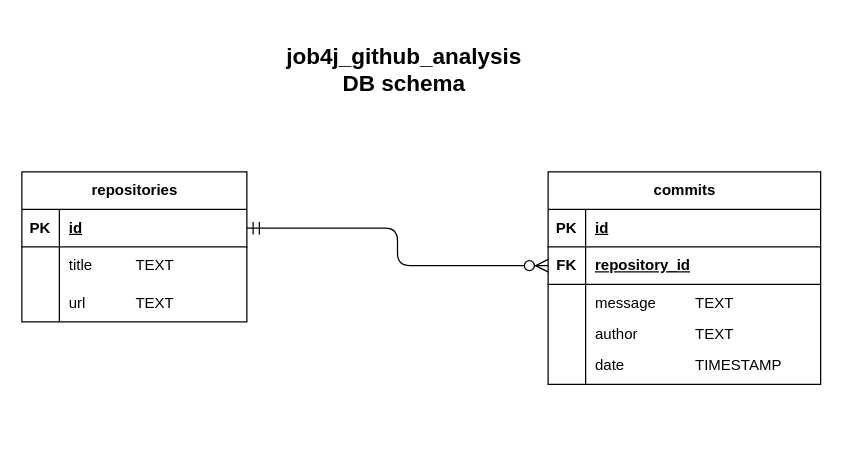
Before: src/main/resources/db/github_analysis diagram.drawio in MikhailChrn/job4j_github_analysis, a draw.io diagram. Source tidied: cells renumbered, new cells numbered last; positions are measured from the earlier drawing's top-left corner, leaving out a move shared by most shapes. Both pictures are drawn from the tidied source at 125%, with x=0, y=0 at pixel (21, 21).
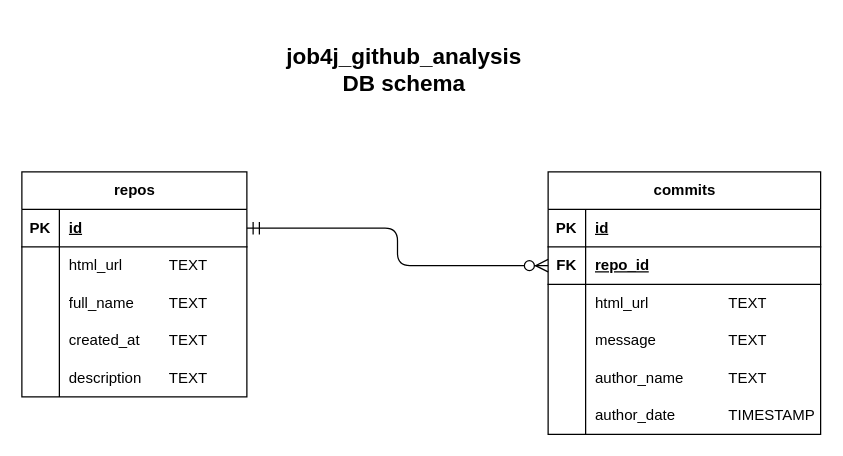
After the change.

Unchanged cells that the change refers to:
```xml
<mxCell id="7" style="shape=tableRow;horizontal=0;startSize=0;swimlaneHead=0;swimlaneBody=0;fillColor=none;top=0;left=0;right=0;bottom=0;" parent="3" vertex="1">
  <mxGeometry y="60" width="180" height="30" as="geometry" />
</mxCell>
<mxCell id="10" style="shape=tableRow;horizontal=0;startSize=0;swimlaneHead=0;swimlaneBody=0;fillColor=none;top=0;left=0;right=0;bottom=0;" parent="3" vertex="1">
  <mxGeometry y="90" width="180" height="30" as="geometry" />
</mxCell>
<mxCell id="17" style="shape=tableRow;horizontal=0;startSize=0;swimlaneHead=0;swimlaneBody=0;fillColor=none;points=[[0,0.5],[1,0.5]];portConstraint=eastwest;top=0;left=0;right=0;bottom=1;" parent="13" vertex="1">
  <mxGeometry y="60" width="218" height="30" as="geometry" />
</mxCell>
<mxCell id="20" style="shape=tableRow;horizontal=0;startSize=0;swimlaneHead=0;swimlaneBody=0;fillColor=none;top=0;left=0;right=0;bottom=0;" parent="13" vertex="1">
  <mxGeometry y="90" width="218" height="30" as="geometry" />
</mxCell>
```

Diff of the diagram source:
```diff
@@
-    <mxCell id="3" value="repositories" style="shape=table;startSize=30;childLayout=tableLayout;rowLines=0;fontStyle=1;align=center;html=1;" parent="1" vertex="1">
-      <mxGeometry y="120" width="180" height="120" as="geometry" />
+    <mxCell id="3" value="repos" style="shape=table;startSize=30;childLayout=tableLayout;rowLines=0;fontStyle=1;align=center;html=1;" parent="1" vertex="1">
+      <mxGeometry y="120" width="180" height="180" as="geometry" />
     </mxCell>
@@
-    <mxCell id="9" value="title&lt;span style=&quot;white-space: pre;&quot;&gt;&#9;&lt;/span&gt;&lt;span style=&quot;white-space: pre;&quot;&gt;&#9;&lt;/span&gt;TEXT" style="shape=partialRectangle;fillColor=none;top=0;left=0;bottom=0;right=0;align=left;spacingLeft=6;overflow=hidden;whiteSpace=wrap;html=1;" parent="7" vertex="1">
+    <mxCell id="9" value="html_url&lt;span style=&quot;white-space: pre;&quot;&gt;&#9;&lt;span style=&quot;white-space: pre;&quot;&gt;&#9;&lt;/span&gt;&lt;/span&gt;TEXT" style="shape=partialRectangle;fillColor=none;top=0;left=0;bottom=0;right=0;align=left;spacingLeft=6;overflow=hidden;whiteSpace=wrap;html=1;" parent="7" vertex="1">
       <mxGeometry x="30" width="150" height="30" as="geometry" />
     </mxCell>
@@
-    <mxCell id="11" style="shape=partialRectangle;fillColor=none;top=0;left=0;bottom=0;right=0;overflow=hidden;whiteSpace=wrap;html=1;" parent="10" vertex="1">
-      <mxGeometry width="30" height="30" as="geometry" />
-    </mxCell>
-    <mxCell id="12" value="url&lt;span style=&quot;white-space: pre;&quot;&gt;&#9;&lt;/span&gt;&lt;span style=&quot;white-space: pre;&quot;&gt;&#9;&lt;/span&gt;TEXT" style="shape=partialRectangle;fillColor=none;top=0;left=0;bottom=0;right=0;align=left;spacingLeft=6;overflow=hidden;whiteSpace=wrap;html=1;" parent="10" vertex="1">
-      <mxGeometry x="30" width="150" height="30" as="geometry" />
-    </mxCell>
+    <mxCell id="30" style="shape=partialRectangle;fillColor=none;top=0;left=0;bottom=0;right=0;overflow=hidden;whiteSpace=wrap;html=1;" parent="10" vertex="1">
+      <mxGeometry width="30" height="30" as="geometry" />
+    </mxCell>
+    <mxCell id="31" value="full_name&lt;span style=&quot;white-space: pre;&quot;&gt;&#9;&lt;/span&gt;TEXT" style="shape=partialRectangle;fillColor=none;top=0;left=0;bottom=0;right=0;align=left;spacingLeft=6;overflow=hidden;whiteSpace=wrap;html=1;" parent="10" vertex="1">
+      <mxGeometry x="30" width="150" height="30" as="geometry" />
+    </mxCell>
+    <mxCell id="32" style="shape=tableRow;horizontal=0;startSize=0;swimlaneHead=0;swimlaneBody=0;fillColor=none;top=0;left=0;right=0;bottom=0;" parent="3" vertex="1">
+      <mxGeometry y="120" width="180" height="30" as="geometry" />
+    </mxCell>
+    <mxCell id="33" style="shape=partialRectangle;fillColor=none;top=0;left=0;bottom=0;right=0;overflow=hidden;whiteSpace=wrap;html=1;" parent="32" vertex="1">
+      <mxGeometry width="30" height="30" as="geometry" />
+    </mxCell>
+    <mxCell id="34" value="created_at&amp;nbsp;&lt;span style=&quot;white-space: pre;&quot;&gt;&#9;&lt;/span&gt;TEXT" style="shape=partialRectangle;fillColor=none;top=0;left=0;bottom=0;right=0;align=left;spacingLeft=6;overflow=hidden;whiteSpace=wrap;html=1;" parent="32" vertex="1">
+      <mxGeometry x="30" width="150" height="30" as="geometry" />
+    </mxCell>
+    <mxCell id="35" style="shape=tableRow;horizontal=0;startSize=0;swimlaneHead=0;swimlaneBody=0;fillColor=none;top=0;left=0;right=0;bottom=0;" parent="3" vertex="1">
+      <mxGeometry y="150" width="180" height="30" as="geometry" />
+    </mxCell>
+    <mxCell id="36" style="shape=partialRectangle;fillColor=none;top=0;left=0;bottom=0;right=0;overflow=hidden;whiteSpace=wrap;html=1;" parent="35" vertex="1">
+      <mxGeometry width="30" height="30" as="geometry" />
+    </mxCell>
+    <mxCell id="37" value="description&amp;nbsp;&lt;span style=&quot;white-space: pre;&quot;&gt;&#9;&lt;/span&gt;TEXT" style="shape=partialRectangle;fillColor=none;top=0;left=0;bottom=0;right=0;align=left;spacingLeft=6;overflow=hidden;whiteSpace=wrap;html=1;" parent="35" vertex="1">
+      <mxGeometry x="30" width="150" height="30" as="geometry" />
+    </mxCell>
     <mxCell id="13" value="commits" style="shape=table;startSize=30;childLayout=tableLayout;rowLines=0;fontStyle=1;align=center;html=1;" parent="1" vertex="1">
-      <mxGeometry x="421" y="120" width="218" height="170" as="geometry" />
+      <mxGeometry x="421" y="120" width="218" height="210" as="geometry" />
     </mxCell>
@@
-    <mxCell id="19" value="repository_id" style="shape=partialRectangle;fillColor=none;top=0;left=0;bottom=0;right=0;align=left;spacingLeft=6;fontStyle=5;overflow=hidden;whiteSpace=wrap;html=1;" parent="17" vertex="1">
+    <mxCell id="19" value="repo_id" style="shape=partialRectangle;fillColor=none;top=0;left=0;bottom=0;right=0;align=left;spacingLeft=6;fontStyle=5;overflow=hidden;whiteSpace=wrap;html=1;" parent="17" vertex="1">
       <mxGeometry x="30" width="188" height="30" as="geometry" />
     </mxCell>
@@
-    <mxCell id="22" value="message&lt;span style=&quot;white-space: pre;&quot;&gt;&#9;&lt;/span&gt;&lt;span style=&quot;white-space: pre;&quot;&gt;&#9;&lt;/span&gt;TEXT" style="shape=partialRectangle;fillColor=none;top=0;left=0;bottom=0;right=0;align=left;spacingLeft=6;overflow=hidden;whiteSpace=wrap;html=1;" parent="20" vertex="1">
+    <mxCell id="22" value="html_url&lt;span style=&quot;white-space: pre;&quot;&gt;&#9;&lt;span style=&quot;white-space: pre;&quot;&gt;&#9;&lt;/span&gt;&lt;/span&gt;&lt;span style=&quot;white-space: pre;&quot;&gt;&#9;&lt;/span&gt;TEXT" style="shape=partialRectangle;fillColor=none;top=0;left=0;bottom=0;right=0;align=left;spacingLeft=6;overflow=hidden;whiteSpace=wrap;html=1;" parent="20" vertex="1">
       <mxGeometry x="30" width="188" height="30" as="geometry" />
     </mxCell>
-    <mxCell id="23" style="shape=tableRow;horizontal=0;startSize=0;swimlaneHead=0;swimlaneBody=0;fillColor=none;top=0;left=0;right=0;bottom=0;" parent="13" vertex="1">
-      <mxGeometry y="120" width="218" height="20" as="geometry" />
-    </mxCell>
-    <mxCell id="24" style="shape=partialRectangle;fillColor=none;top=0;left=0;bottom=0;right=0;overflow=hidden;whiteSpace=wrap;html=1;" parent="23" vertex="1">
-      <mxGeometry width="30" height="20" as="geometry" />
-    </mxCell>
-    <mxCell id="25" value="author&lt;span style=&quot;white-space: pre;&quot;&gt;&#9;&lt;/span&gt;&lt;span style=&quot;white-space: pre;&quot;&gt;&#9;&lt;/span&gt;TEXT" style="shape=partialRectangle;fillColor=none;top=0;left=0;bottom=0;right=0;align=left;spacingLeft=6;overflow=hidden;whiteSpace=wrap;html=1;" parent="23" vertex="1">
-      <mxGeometry x="30" width="188" height="20" as="geometry" />
-    </mxCell>
-    <mxCell id="26" style="shape=tableRow;horizontal=0;startSize=0;swimlaneHead=0;swimlaneBody=0;fillColor=none;top=0;left=0;right=0;bottom=0;" parent="13" vertex="1">
-      <mxGeometry y="140" width="218" height="30" as="geometry" />
-    </mxCell>
-    <mxCell id="27" style="shape=partialRectangle;fillColor=none;top=0;left=0;bottom=0;right=0;overflow=hidden;whiteSpace=wrap;html=1;" parent="26" vertex="1">
-      <mxGeometry width="30" height="30" as="geometry" />
-    </mxCell>
-    <mxCell id="28" value="date&lt;span style=&quot;white-space: pre;&quot;&gt;&#9;&lt;/span&gt;&lt;span style=&quot;white-space: pre;&quot;&gt;&#9;&lt;/span&gt;&lt;span style=&quot;white-space: pre;&quot;&gt;&#9;&lt;/span&gt;TIMESTAMP" style="shape=partialRectangle;fillColor=none;top=0;left=0;bottom=0;right=0;align=left;spacingLeft=6;overflow=hidden;whiteSpace=wrap;html=1;" parent="26" vertex="1">
-      <mxGeometry x="30" width="188" height="30" as="geometry" />
-    </mxCell>
+    <mxCell id="38" style="shape=tableRow;horizontal=0;startSize=0;swimlaneHead=0;swimlaneBody=0;fillColor=none;top=0;left=0;right=0;bottom=0;" parent="13" vertex="1">
+      <mxGeometry y="120" width="218" height="30" as="geometry" />
+    </mxCell>
+    <mxCell id="39" style="shape=partialRectangle;fillColor=none;top=0;left=0;bottom=0;right=0;overflow=hidden;whiteSpace=wrap;html=1;" parent="38" vertex="1">
+      <mxGeometry width="30" height="30" as="geometry" />
+    </mxCell>
+    <mxCell id="40" value="message&lt;span style=&quot;white-space: pre;&quot;&gt;&#9;&lt;/span&gt;&lt;span style=&quot;white-space: pre;&quot;&gt;&#9;&lt;span style=&quot;white-space: pre;&quot;&gt;&#9;&lt;/span&gt;&lt;/span&gt;TEXT" style="shape=partialRectangle;fillColor=none;top=0;left=0;bottom=0;right=0;align=left;spacingLeft=6;overflow=hidden;whiteSpace=wrap;html=1;" parent="38" vertex="1">
+      <mxGeometry x="30" width="188" height="30" as="geometry" />
+    </mxCell>
+    <mxCell id="41" style="shape=tableRow;horizontal=0;startSize=0;swimlaneHead=0;swimlaneBody=0;fillColor=none;top=0;left=0;right=0;bottom=0;" parent="13" vertex="1">
+      <mxGeometry y="150" width="218" height="30" as="geometry" />
+    </mxCell>
+    <mxCell id="42" style="shape=partialRectangle;fillColor=none;top=0;left=0;bottom=0;right=0;overflow=hidden;whiteSpace=wrap;html=1;" parent="41" vertex="1">
+      <mxGeometry width="30" height="30" as="geometry" />
+    </mxCell>
+    <mxCell id="43" value="author_name&lt;span style=&quot;white-space: pre;&quot;&gt;&#9;&lt;span style=&quot;white-space: pre;&quot;&gt;&#9;&lt;/span&gt;&lt;/span&gt;TEXT" style="shape=partialRectangle;fillColor=none;top=0;left=0;bottom=0;right=0;align=left;spacingLeft=6;overflow=hidden;whiteSpace=wrap;html=1;" parent="41" vertex="1">
+      <mxGeometry x="30" width="188" height="30" as="geometry" />
+    </mxCell>
+    <mxCell id="44" style="shape=tableRow;horizontal=0;startSize=0;swimlaneHead=0;swimlaneBody=0;fillColor=none;top=0;left=0;right=0;bottom=0;" parent="13" vertex="1">
+      <mxGeometry y="180" width="218" height="30" as="geometry" />
+    </mxCell>
+    <mxCell id="45" style="shape=partialRectangle;fillColor=none;top=0;left=0;bottom=0;right=0;overflow=hidden;whiteSpace=wrap;html=1;" parent="44" vertex="1">
+      <mxGeometry width="30" height="30" as="geometry" />
+    </mxCell>
+    <mxCell id="46" value="author_date&lt;span style=&quot;white-space: pre;&quot;&gt;&#9;&lt;span style=&quot;white-space: pre;&quot;&gt;&#9;&lt;/span&gt;&lt;/span&gt;TIMESTAMP" style="shape=partialRectangle;fillColor=none;top=0;left=0;bottom=0;right=0;align=left;spacingLeft=6;overflow=hidden;whiteSpace=wrap;html=1;" parent="44" vertex="1">
+      <mxGeometry x="30" width="188" height="30" as="geometry" />
+    </mxCell>
```
